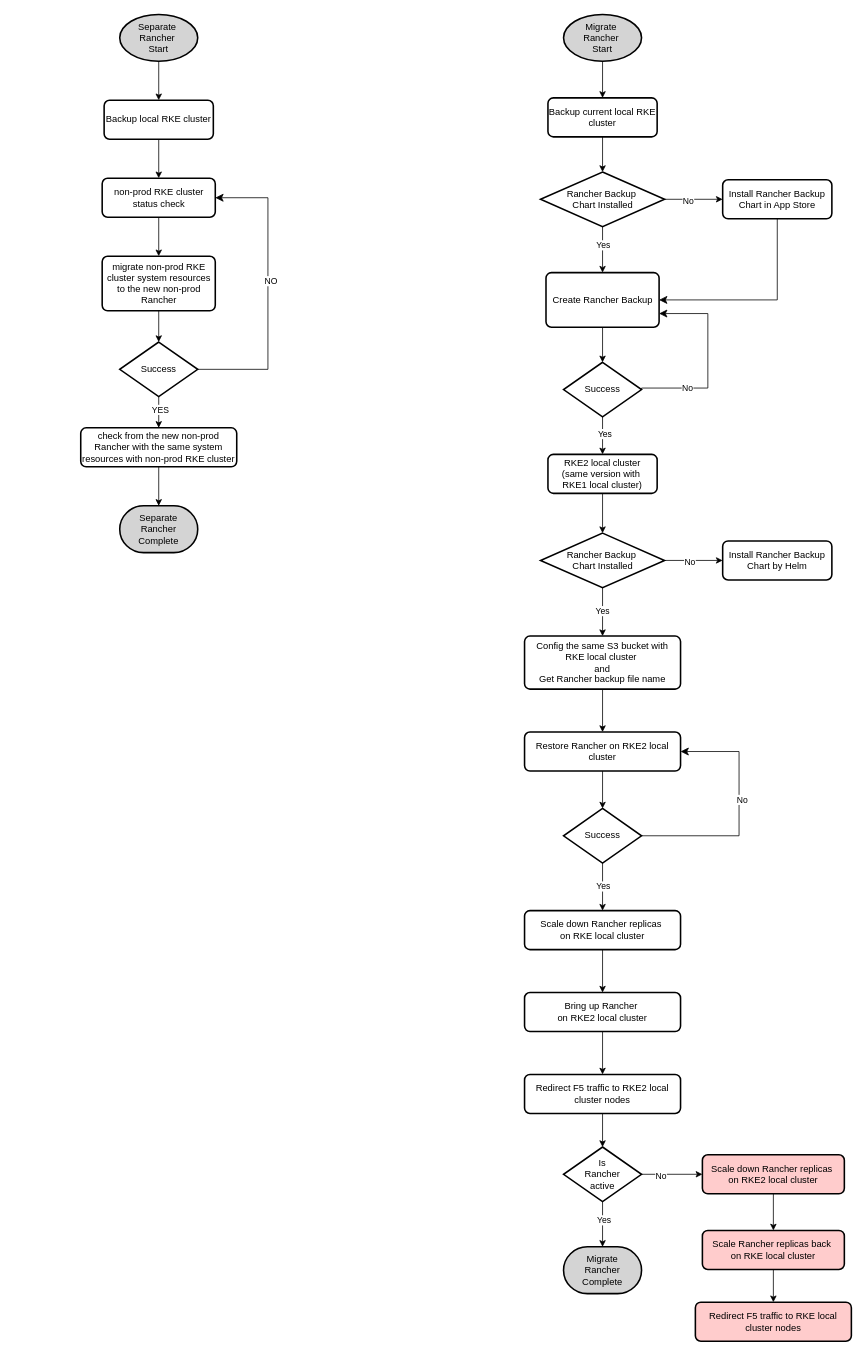
This is img/replatform-process.drawio from JacieChao/jacie-docs, a draw.io file, before an edit. Source tidied: cells renumbered, new cells numbered last; positions are measured from the earlier drawing's top-left corner, leaving out a move shared by most shapes. Both pictures are drawn from the tidied source at 78%, with x=0, y=0 at pixel (80, 14).
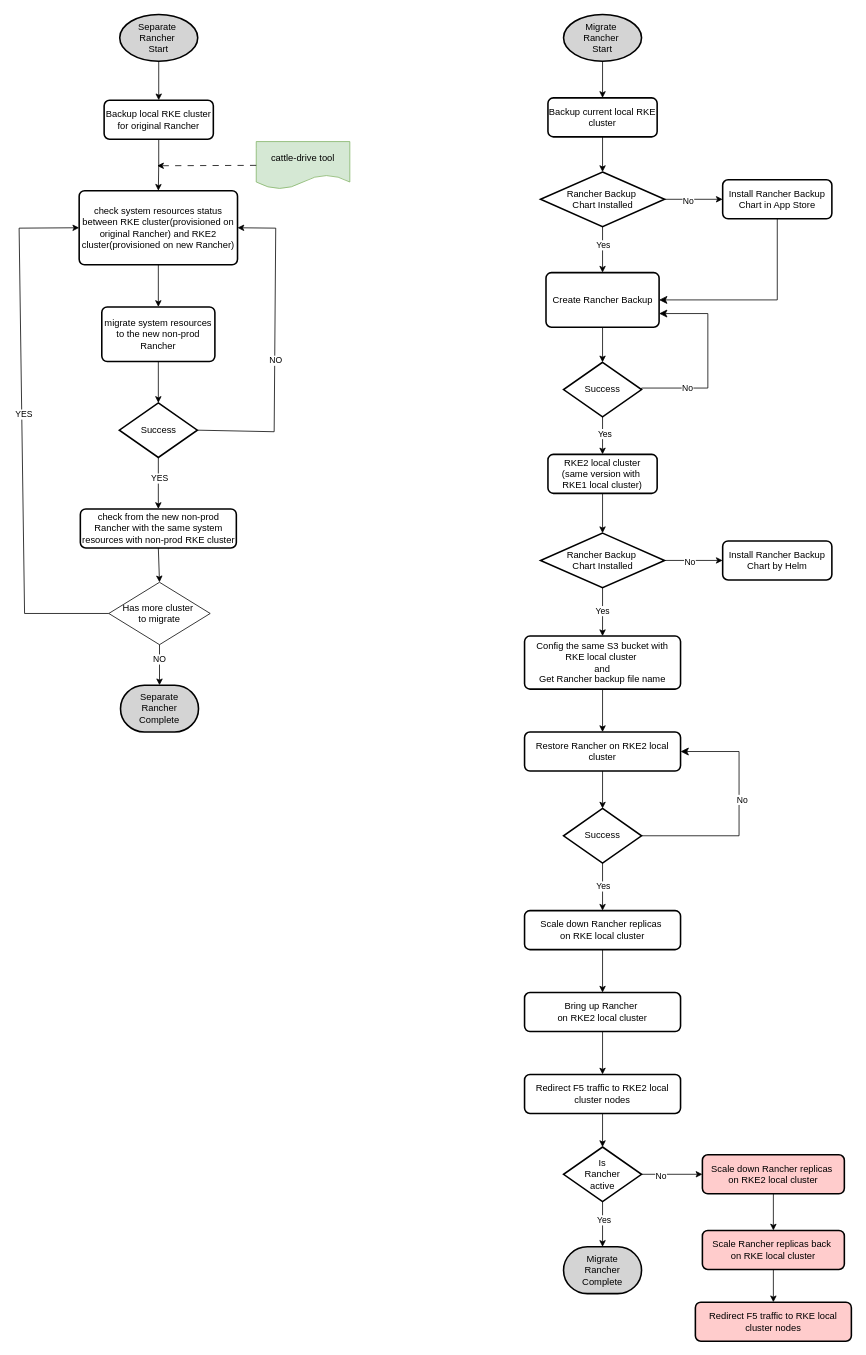
The same page after the edit.

Change to the diagram source:
```diff
@@
-    <mxCell id="5" value="Backup local RKE cluster" style="rounded=1;whiteSpace=wrap;html=1;absoluteArcSize=1;arcSize=14;strokeWidth=2;" parent="1" vertex="1">
+    <mxCell id="5" value="Backup local RKE cluster for original Rancher" style="rounded=1;whiteSpace=wrap;html=1;absoluteArcSize=1;arcSize=14;strokeWidth=2;" parent="1" vertex="1">
       <mxGeometry x="30" y="110" width="140" height="50" as="geometry" />
     </mxCell>
@@
-    <mxCell id="7" value="non-prod RKE cluster status check" style="rounded=1;whiteSpace=wrap;html=1;absoluteArcSize=1;arcSize=14;strokeWidth=2;" parent="1" vertex="1">
-      <mxGeometry x="27.5" y="210" width="145" height="50" as="geometry" />
+    <mxCell id="7" value="&lt;div&gt;check system resources status between RKE cluster(provisioned on original Rancher) and RKE2 cluster(provisioned on new Rancher)&lt;/div&gt;" style="rounded=1;whiteSpace=wrap;html=1;absoluteArcSize=1;arcSize=14;strokeWidth=2;" parent="1" vertex="1">
+      <mxGeometry x="-2" y="226" width="203" height="95" as="geometry" />
     </mxCell>
@@
-    <mxCell id="9" value="migrate non-prod RKE cluster system resources to the new non-prod Rancher" style="rounded=1;whiteSpace=wrap;html=1;absoluteArcSize=1;arcSize=14;strokeWidth=2;" parent="1" vertex="1">
-      <mxGeometry x="27.5" y="310" width="145" height="70" as="geometry" />
+    <mxCell id="9" value="migrate system resources to the new non-prod Rancher" style="rounded=1;whiteSpace=wrap;html=1;absoluteArcSize=1;arcSize=14;strokeWidth=2;" parent="1" vertex="1">
+      <mxGeometry x="27" y="375" width="145" height="70" as="geometry" />
     </mxCell>
@@
     <mxCell id="12" value="Success" style="strokeWidth=2;html=1;shape=mxgraph.flowchart.decision;whiteSpace=wrap;" parent="1" vertex="1">
-      <mxGeometry x="50" y="420" width="100" height="70" as="geometry" />
+      <mxGeometry x="49.5" y="498" width="100" height="70" as="geometry" />
     </mxCell>
     <mxCell id="13" value="Separate&lt;div&gt;Rancher&lt;/div&gt;&lt;div&gt;Complete&lt;/div&gt;" style="strokeWidth=2;html=1;shape=mxgraph.flowchart.terminator;whiteSpace=wrap;fillColor=light-dark(#D4D4D4,var(--ge-dark-color, #121212));" parent="1" vertex="1">
-      <mxGeometry x="50" y="630" width="100" height="60" as="geometry" />
+      <mxGeometry x="51" y="860" width="100" height="60" as="geometry" />
     </mxCell>
-    <mxCell id="14" style="edgeStyle=orthogonalEdgeStyle;rounded=0;jettySize=auto;html=1;" parent="1" edge="1" source="15" target="13">
-      <mxGeometry relative="1" as="geometry" />
-    </mxCell>
     <mxCell id="15" value="check from the new non-prod Rancher with the same system resources with non-prod RKE cluster" style="rounded=1;whiteSpace=wrap;html=1;absoluteArcSize=1;arcSize=14;strokeWidth=2;" parent="1" vertex="1">
-      <mxGeometry y="530" width="200" height="50" as="geometry" />
+      <mxGeometry x="-0.5" y="634" width="200" height="50" as="geometry" />
     </mxCell>
-    <mxCell id="16" style="edgeStyle=segmentEdgeStyle;endArrow=classic;html=1;curved=0;rounded=0;endSize=8;startSize=8;exitX=1;exitY=0.5;exitDx=0;exitDy=0;exitPerimeter=0;entryX=1;entryY=0.5;entryDx=0;entryDy=0;" parent="1" edge="1" source="12" target="7">
-      <mxGeometry relative="1" as="geometry">
-        <Array as="points">
-          <mxPoint x="240" y="455" />
-          <mxPoint x="240" y="235" />
-        </Array>
-      </mxGeometry>
-    </mxCell>
-    <mxCell id="17" value="NO" style="edgeLabel;html=1;align=center;verticalAlign=middle;" parent="16" vertex="1">
-      <mxGeometry x="0.08" y="-3" relative="1" as="geometry" />
-    </mxCell>
@@
+    <mxCell id="70" value="cattle-drive tool" style="shape=document;whiteSpace=wrap;html=1;boundedLbl=1;fillColor=#d5e8d4;strokeColor=#82b366;" parent="1" vertex="1">
+      <mxGeometry x="225" y="163" width="120" height="61" as="geometry" />
+    </mxCell>
+    <mxCell id="71" style="endArrow=classic;html=1;rounded=0;exitX=0;exitY=0.5;exitDx=0;exitDy=0;dashed=1;dashPattern=8 8;" parent="1" edge="1" source="70">
+      <mxGeometry relative="1" as="geometry">
+        <mxPoint x="98" y="194" as="targetPoint" />
+      </mxGeometry>
+    </mxCell>
+    <mxCell id="16" style="endArrow=classic;html=1;rounded=0;exitX=1;exitY=0.5;exitDx=0;exitDy=0;exitPerimeter=0;entryX=1;entryY=0.5;entryDx=0;entryDy=0;" parent="1" edge="1" source="12" target="7">
+      <mxGeometry relative="1" as="geometry">
+        <Array as="points">
+          <mxPoint x="248" y="535" />
+          <mxPoint x="250" y="274" />
+        </Array>
+      </mxGeometry>
+    </mxCell>
+    <mxCell id="72" value="NO" style="edgeLabel;html=1;align=center;verticalAlign=middle;" parent="16" vertex="1">
+      <mxGeometry x="-0.07" y="-1" relative="1" as="geometry" />
+    </mxCell>
+    <mxCell id="73" value="Has more cluster&amp;nbsp;&lt;div&gt;to migrate&lt;/div&gt;" style="rhombus;whiteSpace=wrap;html=1;" parent="1" vertex="1">
+      <mxGeometry x="36" y="728" width="130" height="80" as="geometry" />
+    </mxCell>
+    <mxCell id="74" style="endArrow=classic;html=1;rounded=0;exitX=0.5;exitY=1;exitDx=0;exitDy=0;entryX=0.5;entryY=0;entryDx=0;entryDy=0;" parent="1" edge="1" source="15" target="73">
+      <mxGeometry relative="1" as="geometry" />
+    </mxCell>
+    <mxCell id="75" style="endArrow=classic;html=1;rounded=0;exitX=0.5;exitY=1;exitDx=0;exitDy=0;entryX=0.5;entryY=0;entryDx=0;entryDy=0;entryPerimeter=0;" parent="1" edge="1" source="73" target="13">
+      <mxGeometry relative="1" as="geometry" />
+    </mxCell>
+    <mxCell id="76" value="NO" style="edgeLabel;html=1;align=center;verticalAlign=middle;" parent="75" vertex="1">
+      <mxGeometry x="-0.31" y="-1" relative="1" as="geometry" />
+    </mxCell>
+    <mxCell id="77" style="endArrow=classic;html=1;rounded=0;exitX=0;exitY=0.5;exitDx=0;exitDy=0;entryX=0;entryY=0.5;entryDx=0;entryDy=0;" parent="1" edge="1" source="73" target="7">
+      <mxGeometry relative="1" as="geometry">
+        <Array as="points">
+          <mxPoint x="-72" y="768" />
+          <mxPoint x="-79" y="274" />
+        </Array>
+      </mxGeometry>
+    </mxCell>
+    <mxCell id="78" value="YES" style="edgeLabel;html=1;align=center;verticalAlign=middle;" parent="77" vertex="1">
+      <mxGeometry x="0.07" y="-2" relative="1" as="geometry" />
+    </mxCell>
```
